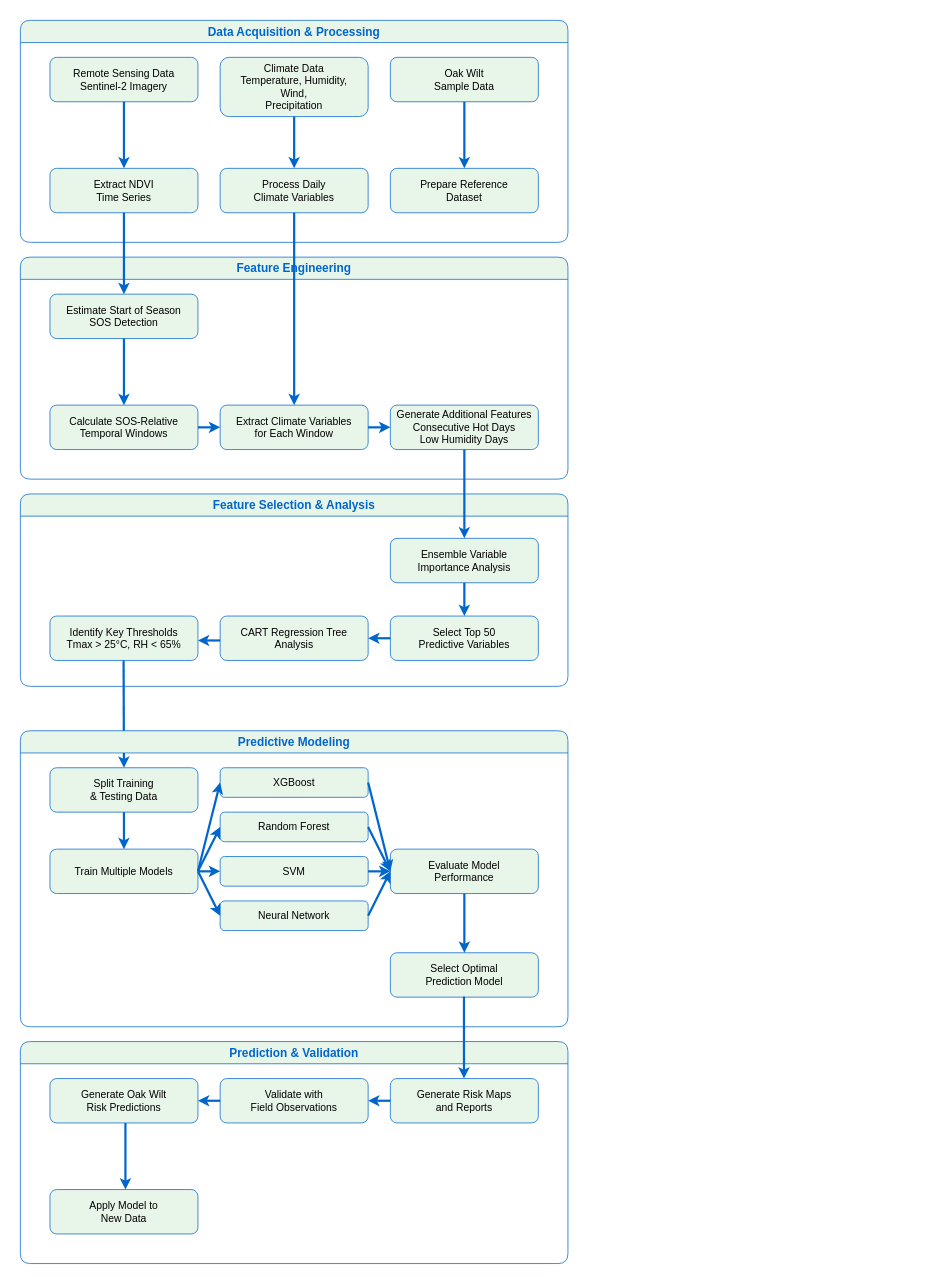
Earlier version of the draw.io diagram workflow.drawio (next-drought/forestai-platform-model). Source tidied: cells renumbered, new cells numbered last; positions are measured from the earlier drawing's top-left corner, leaving out a move shared by most shapes. Both pictures are drawn from the tidied source at 74%, with x=0, y=0 at pixel (20, 20).
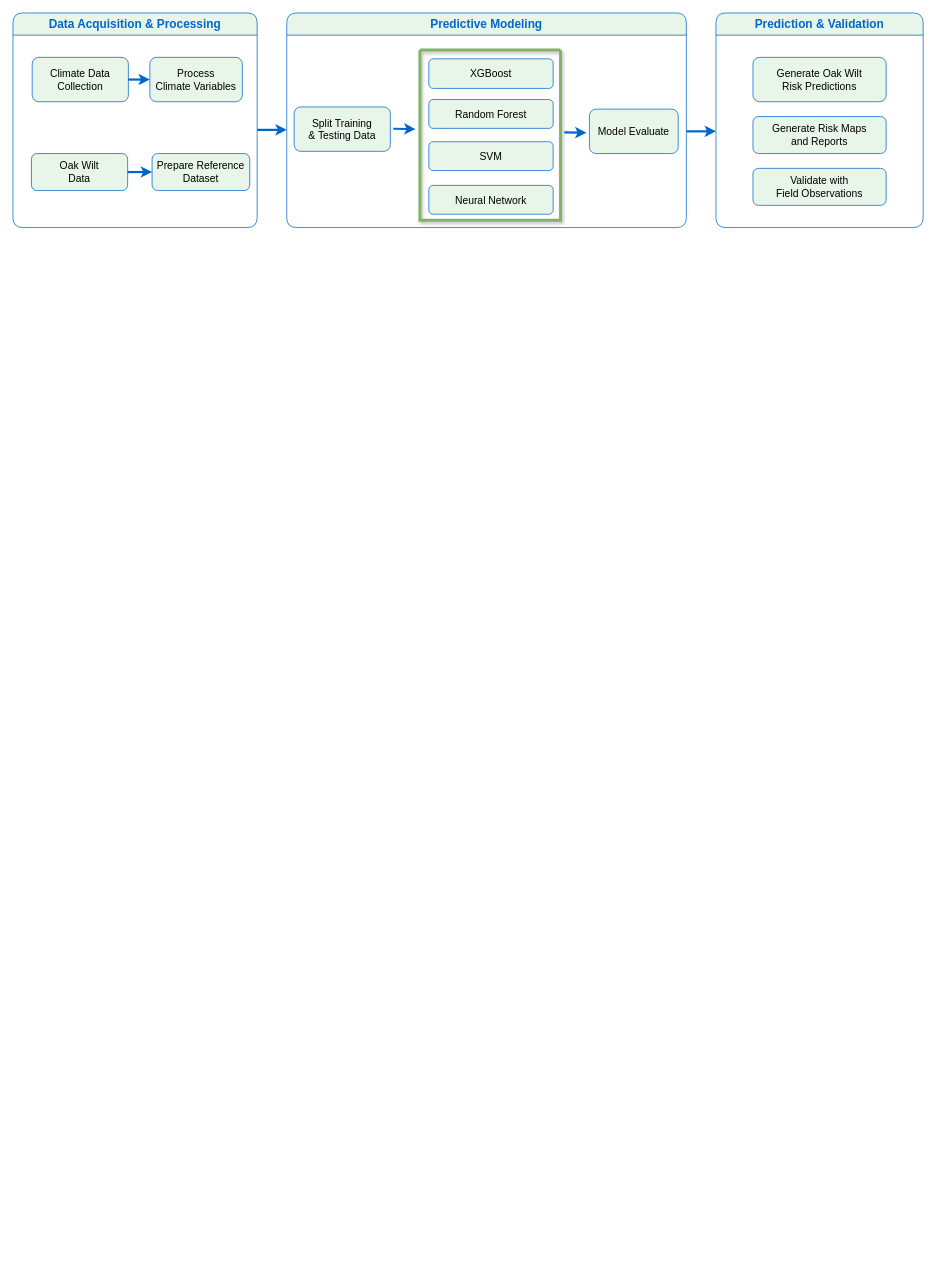
Above is the later version.

Commit message (it also covers changes not shown here):
refined workflow for poster

Change to the diagram source:
```diff
@@
     <mxCell id="2" value="Data Acquisition &amp; Processing" style="swimlane;whiteSpace=wrap;html=1;fillColor=#E8F5E9;strokeColor=#0066CC;fontColor=#0066CC;fontSize=16;startSize=30;rounded=1;" parent="1" vertex="1">
-      <mxGeometry width="740" height="300" as="geometry" />
+      <mxGeometry x="-10" y="-10" width="330" height="290" as="geometry" />
     </mxCell>
-    <mxCell id="3" value="Remote Sensing Data&#10;Sentinel-2 Imagery" style="rounded=1;whiteSpace=wrap;html=1;fillColor=#E8F5E9;strokeColor=#0066CC;fontColor=#000000;fontSize=14;" parent="2" vertex="1">
-      <mxGeometry x="40" y="50" width="200" height="60" as="geometry" />
-    </mxCell>
-    <mxCell id="4" value="Climate Data&#10;Temperature, Humidity,&#10;Wind,&#10;Precipitation" style="rounded=1;whiteSpace=wrap;html=1;fillColor=#E8F5E9;strokeColor=#0066CC;fontColor=#000000;fontSize=14;" parent="2" vertex="1">
-      <mxGeometry x="270" y="50" width="200" height="80" as="geometry" />
+    <mxCell id="4" value="Climate Data&lt;br&gt;Collection" style="rounded=1;whiteSpace=wrap;html=1;fillColor=#E8F5E9;strokeColor=#0066CC;fontColor=#000000;fontSize=14;" parent="2" vertex="1">
+      <mxGeometry x="26" y="60" width="130" height="60" as="geometry" />
     </mxCell>
-    <mxCell id="5" value="Oak Wilt&#10;Sample Data" style="rounded=1;whiteSpace=wrap;html=1;fillColor=#E8F5E9;strokeColor=#0066CC;fontColor=#000000;fontSize=14;" parent="2" vertex="1">
-      <mxGeometry x="500" y="50" width="200" height="60" as="geometry" />
+    <mxCell id="5" value="Oak Wilt&lt;br&gt;Data" style="rounded=1;whiteSpace=wrap;html=1;fillColor=#E8F5E9;strokeColor=#0066CC;fontColor=#000000;fontSize=14;" parent="2" vertex="1">
+      <mxGeometry x="25" y="190" width="130" height="50" as="geometry" />
     </mxCell>
-    <mxCell id="6" value="Extract NDVI&#10;Time Series" style="rounded=1;whiteSpace=wrap;html=1;fillColor=#E8F5E9;strokeColor=#0066CC;fontColor=#000000;fontSize=14;" parent="2" vertex="1">
-      <mxGeometry x="40" y="200" width="200" height="60" as="geometry" />
-    </mxCell>
-    <mxCell id="7" value="Process Daily&#10;Climate Variables" style="rounded=1;whiteSpace=wrap;html=1;fillColor=#E8F5E9;strokeColor=#0066CC;fontColor=#000000;fontSize=14;" parent="2" vertex="1">
-      <mxGeometry x="270" y="200" width="200" height="60" as="geometry" />
+    <mxCell id="7" value="Process&lt;br&gt;Climate Variables" style="rounded=1;whiteSpace=wrap;html=1;fillColor=#E8F5E9;strokeColor=#0066CC;fontColor=#000000;fontSize=14;" parent="2" vertex="1">
+      <mxGeometry x="185" y="60" width="125" height="60" as="geometry" />
     </mxCell>
+    <mxCell id="10" style="endArrow=classic;html=1;entryX=0;entryY=0.5;strokeColor=#0066CC;strokeWidth=3;entryDx=0;entryDy=0;exitX=1;exitY=0.5;exitDx=0;exitDy=0;rounded=1;" parent="2" edge="1" source="4" target="7">
+      <mxGeometry relative="1" as="geometry" />
+    </mxCell>
     <mxCell id="8" value="Prepare Reference&#10;Dataset" style="rounded=1;whiteSpace=wrap;html=1;fillColor=#E8F5E9;strokeColor=#0066CC;fontColor=#000000;fontSize=14;" parent="2" vertex="1">
-      <mxGeometry x="500" y="200" width="200" height="60" as="geometry" />
+      <mxGeometry x="188" y="190" width="132" height="50" as="geometry" />
     </mxCell>
-    <mxCell id="9" style="endArrow=classic;html=1;exitX=0.5;exitY=1;entryX=0.5;entryY=0;strokeColor=#0066CC;strokeWidth=3;" parent="2" edge="1" source="3" target="6">
-      <mxGeometry relative="1" as="geometry" />
-    </mxCell>
-    <mxCell id="10" style="endArrow=classic;html=1;exitX=0.5;exitY=1;entryX=0.5;entryY=0;strokeColor=#0066CC;strokeWidth=3;" parent="2" edge="1" source="4" target="7">
-      <mxGeometry relative="1" as="geometry" />
-    </mxCell>
-    <mxCell id="11" style="endArrow=classic;html=1;exitX=0.5;exitY=1;entryX=0.5;entryY=0;strokeColor=#0066CC;strokeWidth=3;" parent="2" edge="1" source="5" target="8">
+    <mxCell id="11" style="endArrow=classic;html=1;exitX=1;exitY=0.5;entryX=0;entryY=0.5;strokeColor=#0066CC;strokeWidth=3;exitDx=0;exitDy=0;entryDx=0;entryDy=0;rounded=1;" parent="2" edge="1" source="5" target="8">
       <mxGeometry relative="1" as="geometry" />
     </mxCell>
-    <mxCell id="12" value="Feature Engineering" style="swimlane;whiteSpace=wrap;html=1;fillColor=#E8F5E9;strokeColor=#0066CC;fontColor=#0066CC;fontSize=16;startSize=30;rounded=1;" parent="1" vertex="1">
-      <mxGeometry y="320" width="740" height="300" as="geometry" />
-    </mxCell>
-    <mxCell id="13" value="Estimate Start of Season&#10;SOS Detection" style="rounded=1;whiteSpace=wrap;html=1;fillColor=#E8F5E9;strokeColor=#0066CC;fontColor=#000000;fontSize=14;" parent="12" vertex="1">
-      <mxGeometry x="40" y="50" width="200" height="60" as="geometry" />
-    </mxCell>
-    <mxCell id="14" value="Calculate SOS-Relative&#10;Temporal Windows" style="rounded=1;whiteSpace=wrap;html=1;fillColor=#E8F5E9;strokeColor=#0066CC;fontColor=#000000;fontSize=14;" parent="12" vertex="1">
-      <mxGeometry x="40" y="200" width="200" height="60" as="geometry" />
-    </mxCell>
-    <mxCell id="15" value="Extract Climate Variables&#10;for Each Window" style="rounded=1;whiteSpace=wrap;html=1;fillColor=#E8F5E9;strokeColor=#0066CC;fontColor=#000000;fontSize=14;" parent="12" vertex="1">
-      <mxGeometry x="270" y="200" width="200" height="60" as="geometry" />
-    </mxCell>
-    <mxCell id="16" value="Generate Additional Features&#10;Consecutive Hot Days&#10;Low Humidity Days" style="rounded=1;whiteSpace=wrap;html=1;fillColor=#E8F5E9;strokeColor=#0066CC;fontColor=#000000;fontSize=14;" parent="12" vertex="1">
-      <mxGeometry x="500" y="200" width="200" height="60" as="geometry" />
-    </mxCell>
-    <mxCell id="17" style="endArrow=classic;html=1;exitX=0.5;exitY=1;entryX=0.5;entryY=0;strokeColor=#0066CC;strokeWidth=3;" parent="12" edge="1" source="13" target="14">
-      <mxGeometry relative="1" as="geometry" />
-    </mxCell>
-    <mxCell id="18" style="endArrow=classic;html=1;exitX=1;exitY=0.5;entryX=0;entryY=0.5;strokeColor=#0066CC;strokeWidth=3;" parent="12" edge="1" source="14" target="15">
-      <mxGeometry relative="1" as="geometry" />
-    </mxCell>
-    <mxCell id="19" style="endArrow=classic;html=1;exitX=1;exitY=0.5;entryX=0;entryY=0.5;strokeColor=#0066CC;strokeWidth=3;" parent="12" edge="1" source="15" target="16">
-      <mxGeometry relative="1" as="geometry" />
-    </mxCell>
-    <mxCell id="20" style="endArrow=classic;html=1;exitX=0.5;exitY=1;entryX=0.5;entryY=0;strokeColor=#0066CC;strokeWidth=3;" parent="1" edge="1" source="6" target="13">
-      <mxGeometry relative="1" as="geometry" />
-    </mxCell>
-    <mxCell id="21" style="endArrow=classic;html=1;exitX=0.5;exitY=1;entryX=0.5;entryY=0;strokeColor=#0066CC;strokeWidth=3;" parent="1" edge="1" source="7" target="15">
-      <mxGeometry relative="1" as="geometry" />
+    <mxCell id="21" style="endArrow=classic;html=1;strokeColor=#0066CC;strokeWidth=3;exitX=1;exitY=0.5;exitDx=0;exitDy=0;rounded=1;" parent="1" edge="1">
+      <mxGeometry relative="1" as="geometry">
+        <mxPoint x="320" y="148" as="sourcePoint" />
+        <mxPoint x="360" y="148" as="targetPoint" />
+      </mxGeometry>
     </mxCell>
-    <mxCell id="22" value="Feature Selection &amp; Analysis" style="swimlane;whiteSpace=wrap;html=1;fillColor=#E8F5E9;strokeColor=#0066CC;fontColor=#0066CC;fontSize=16;startSize=30;rounded=1;" parent="1" vertex="1">
-      <mxGeometry y="640" width="740" height="260" as="geometry" />
-    </mxCell>
-    <mxCell id="23" value="Ensemble Variable&#10;Importance Analysis" style="rounded=1;whiteSpace=wrap;html=1;fillColor=#E8F5E9;strokeColor=#0066CC;fontColor=#000000;fontSize=14;" parent="22" vertex="1">
-      <mxGeometry x="500" y="60" width="200" height="60" as="geometry" />
-    </mxCell>
-    <mxCell id="24" value="&lt;span style=&quot;color: rgb(0, 0, 0);&quot;&gt;Identify Key Thresholds&lt;/span&gt;&lt;br style=&quot;scrollbar-color: light-dark(#e2e2e2, #4b4b4b)&lt;br/&gt;&#9;&#9;&#9;&#9;&#9;light-dark(#fbfbfb, var(--dark-panel-color));&quot;&gt;&lt;span style=&quot;color: rgb(0, 0, 0);&quot;&gt;Tmax &amp;gt; 25°C, RH &amp;lt; 65%&lt;/span&gt;" style="rounded=1;whiteSpace=wrap;html=1;fillColor=#E8F5E9;strokeColor=#0066CC;fontColor=#000000;fontSize=14;" parent="22" vertex="1">
-      <mxGeometry x="40" y="165" width="200" height="60" as="geometry" />
-    </mxCell>
-    <mxCell id="25" value="CART Regression Tree&#10;Analysis" style="rounded=1;whiteSpace=wrap;html=1;fillColor=#E8F5E9;strokeColor=#0066CC;fontColor=#000000;fontSize=14;" parent="22" vertex="1">
-      <mxGeometry x="270" y="165" width="200" height="60" as="geometry" />
-    </mxCell>
-    <mxCell id="26" value="&lt;span style=&quot;color: rgb(0, 0, 0);&quot;&gt;Select Top 50&lt;/span&gt;&lt;br style=&quot;scrollbar-color: light-dark(#e2e2e2, #4b4b4b)&lt;br/&gt;&#9;&#9;&#9;&#9;&#9;light-dark(#fbfbfb, var(--dark-panel-color));&quot;&gt;&lt;span style=&quot;color: rgb(0, 0, 0);&quot;&gt;Predictive Variables&lt;/span&gt;" style="rounded=1;whiteSpace=wrap;html=1;fillColor=#E8F5E9;strokeColor=#0066CC;fontColor=#000000;fontSize=14;" parent="22" vertex="1">
-      <mxGeometry x="500" y="165" width="200" height="60" as="geometry" />
-    </mxCell>
-    <mxCell id="27" style="endArrow=classic;html=1;exitX=0.5;exitY=1;entryX=0.5;entryY=0;strokeColor=#0066CC;strokeWidth=3;entryDx=0;entryDy=0;" parent="22" edge="1" source="23" target="26">
-      <mxGeometry relative="1" as="geometry" />
-    </mxCell>
-    <mxCell id="28" style="endArrow=classic;html=1;entryX=0;entryY=0.5;strokeColor=#0066CC;strokeWidth=3;" parent="22" edge="1">
-      <mxGeometry relative="1" as="geometry">
-        <mxPoint x="270" y="198" as="sourcePoint" />
-        <mxPoint x="240" y="198" as="targetPoint" />
-      </mxGeometry>
-    </mxCell>
-    <mxCell id="29" style="endArrow=classic;html=1;entryX=1;entryY=0.5;strokeColor=#0066CC;strokeWidth=3;exitX=0;exitY=0.5;exitDx=0;exitDy=0;entryDx=0;entryDy=0;" parent="22" edge="1" source="26" target="25">
-      <mxGeometry relative="1" as="geometry" />
-    </mxCell>
-    <mxCell id="30" style="endArrow=classic;html=1;exitX=0.573;exitY=0.994;strokeColor=#0066CC;strokeWidth=3;exitDx=0;exitDy=0;exitPerimeter=0;entryX=0.5;entryY=0;entryDx=0;entryDy=0;" parent="22" edge="1" target="33">
-      <mxGeometry relative="1" as="geometry">
-        <mxPoint x="139.5" y="225" as="sourcePoint" />
-      </mxGeometry>
-    </mxCell>
-    <mxCell id="31" style="endArrow=classic;html=1;exitX=0.5;exitY=1;entryX=0.5;entryY=0;strokeColor=#0066CC;strokeWidth=3;" parent="1" edge="1" source="16" target="23">
-      <mxGeometry relative="1" as="geometry" />
-    </mxCell>
     <mxCell id="32" value="Predictive Modeling" style="swimlane;whiteSpace=wrap;html=1;fillColor=#E8F5E9;strokeColor=#0066CC;fontColor=#0066CC;fontSize=16;startSize=30;rounded=1;" parent="1" vertex="1">
-      <mxGeometry y="960" width="740" height="400" as="geometry" />
+      <mxGeometry x="360" y="-10" width="540" height="290" as="geometry" />
     </mxCell>
+    <mxCell id="60" style="swimlane;startSize=0;fillColor=#99FF99;strokeColor=#82b366;rounded=1;shadow=1;fontSize=13;strokeWidth=4;" parent="32" vertex="1">
+      <mxGeometry x="180" y="50" width="190" height="230" as="geometry" />
+    </mxCell>
+    <mxCell id="58" style="endArrow=classic;html=1;strokeColor=#0066CC;strokeWidth=3;rounded=1;" parent="60" edge="1">
+      <mxGeometry relative="1" as="geometry">
+        <mxPoint x="-36" y="106.5" as="sourcePoint" />
+        <mxPoint x="-6" y="107" as="targetPoint" />
+      </mxGeometry>
+    </mxCell>
     <mxCell id="33" value="Split Training&#10;&amp; Testing Data" style="rounded=1;whiteSpace=wrap;html=1;fillColor=#E8F5E9;strokeColor=#0066CC;fontColor=#000000;fontSize=14;" parent="32" vertex="1">
-      <mxGeometry x="40" y="50" width="200" height="60" as="geometry" />
+      <mxGeometry x="10" y="127" width="130" height="60" as="geometry" />
     </mxCell>
-    <mxCell id="34" value="Train Multiple Models" style="rounded=1;whiteSpace=wrap;html=1;fillColor=#E8F5E9;strokeColor=#0066CC;fontColor=#000000;fontSize=14;" parent="32" vertex="1">
-      <mxGeometry x="40" y="160" width="200" height="60" as="geometry" />
-    </mxCell>
     <mxCell id="35" value="XGBoost" style="rounded=1;whiteSpace=wrap;html=1;fillColor=#E8F5E9;strokeColor=#0066CC;fontColor=#000000;fontSize=14;" parent="32" vertex="1">
-      <mxGeometry x="270" y="50" width="200" height="40" as="geometry" />
+      <mxGeometry x="192" y="62" width="168" height="40" as="geometry" />
     </mxCell>
     <mxCell id="36" value="Random Forest" style="rounded=1;whiteSpace=wrap;html=1;fillColor=#E8F5E9;strokeColor=#0066CC;fontColor=#000000;fontSize=14;" parent="32" vertex="1">
-      <mxGeometry x="270" y="110" width="200" height="40" as="geometry" />
+      <mxGeometry x="192" y="117" width="168" height="39" as="geometry" />
     </mxCell>
     <mxCell id="37" value="SVM" style="rounded=1;whiteSpace=wrap;html=1;fillColor=#E8F5E9;strokeColor=#0066CC;fontColor=#000000;fontSize=14;" parent="32" vertex="1">
-      <mxGeometry x="270" y="170" width="200" height="40" as="geometry" />
+      <mxGeometry x="192" y="174" width="168" height="39" as="geometry" />
     </mxCell>
     <mxCell id="38" value="Neural Network" style="rounded=1;whiteSpace=wrap;html=1;fillColor=#E8F5E9;strokeColor=#0066CC;fontColor=#000000;fontSize=14;" parent="32" vertex="1">
-      <mxGeometry x="270" y="230" width="200" height="40" as="geometry" />
+      <mxGeometry x="192" y="233" width="168" height="39" as="geometry" />
     </mxCell>
-    <mxCell id="39" value="Evaluate Model&#10;Performance" style="rounded=1;whiteSpace=wrap;html=1;fillColor=#E8F5E9;strokeColor=#0066CC;fontColor=#000000;fontSize=14;" parent="32" vertex="1">
-      <mxGeometry x="500" y="160" width="200" height="60" as="geometry" />
+    <mxCell id="39" value="Model Evaluate" style="rounded=1;whiteSpace=wrap;html=1;fillColor=#E8F5E9;strokeColor=#0066CC;fontColor=#000000;fontSize=14;" parent="32" vertex="1">
+      <mxGeometry x="409" y="130" width="120" height="60" as="geometry" />
     </mxCell>
-    <mxCell id="40" value="Select Optimal&#10;Prediction Model" style="rounded=1;whiteSpace=wrap;html=1;fillColor=#E8F5E9;strokeColor=#0066CC;fontColor=#000000;fontSize=14;" parent="32" vertex="1">
-      <mxGeometry x="500" y="300" width="200" height="60" as="geometry" />
-    </mxCell>
-    <mxCell id="41" style="endArrow=classic;html=1;exitX=0.5;exitY=1;entryX=0.5;entryY=0;strokeColor=#0066CC;strokeWidth=3;" parent="32" edge="1" source="33" target="34">
-      <mxGeometry relative="1" as="geometry" />
-    </mxCell>
-    <mxCell id="42" style="endArrow=classic;html=1;exitX=1;exitY=0.5;entryX=0;entryY=0.5;strokeColor=#0066CC;strokeWidth=3;" parent="32" edge="1" source="34" target="35">
-      <mxGeometry relative="1" as="geometry" />
-    </mxCell>
-    <mxCell id="43" style="endArrow=classic;html=1;exitX=1;exitY=0.5;entryX=0;entryY=0.5;strokeColor=#0066CC;strokeWidth=3;" parent="32" edge="1" source="34" target="36">
-      <mxGeometry relative="1" as="geometry" />
-    </mxCell>
-    <mxCell id="44" style="endArrow=classic;html=1;exitX=1;exitY=0.5;entryX=0;entryY=0.5;strokeColor=#0066CC;strokeWidth=3;" parent="32" edge="1" source="34" target="37">
-      <mxGeometry relative="1" as="geometry" />
-    </mxCell>
-    <mxCell id="45" style="endArrow=classic;html=1;exitX=1;exitY=0.5;entryX=0;entryY=0.5;strokeColor=#0066CC;strokeWidth=3;" parent="32" edge="1" source="35" target="39">
-      <mxGeometry relative="1" as="geometry" />
-    </mxCell>
-    <mxCell id="46" style="endArrow=classic;html=1;exitX=1;exitY=0.5;entryX=0;entryY=0.5;strokeColor=#0066CC;strokeWidth=3;" parent="32" edge="1" source="36" target="39">
-      <mxGeometry relative="1" as="geometry" />
-    </mxCell>
-    <mxCell id="47" style="endArrow=classic;html=1;exitX=1;exitY=0.5;entryX=0;entryY=0.5;strokeColor=#0066CC;strokeWidth=3;" parent="32" edge="1" source="37" target="39">
-      <mxGeometry relative="1" as="geometry" />
-    </mxCell>
-    <mxCell id="48" style="endArrow=classic;html=1;exitX=1;exitY=0.5;entryX=0;entryY=0.5;strokeColor=#0066CC;strokeWidth=3;" parent="32" edge="1" source="38" target="39">
-      <mxGeometry relative="1" as="geometry" />
-    </mxCell>
-    <mxCell id="49" style="endArrow=classic;html=1;exitX=0.5;exitY=1;entryX=0.5;entryY=0;strokeColor=#0066CC;strokeWidth=3;" parent="32" edge="1" source="39" target="40">
-      <mxGeometry relative="1" as="geometry" />
-    </mxCell>
-    <mxCell id="50" style="endArrow=classic;html=1;exitX=1;exitY=0.5;strokeColor=#0066CC;strokeWidth=3;exitDx=0;exitDy=0;entryX=0;entryY=0.5;entryDx=0;entryDy=0;" parent="32" edge="1" source="34" target="38">
-      <mxGeometry relative="1" as="geometry" />
-    </mxCell>
     <mxCell id="51" value="Prediction &amp; Validation" style="swimlane;whiteSpace=wrap;html=1;fillColor=#E8F5E9;strokeColor=#0066CC;fontColor=#0066CC;fontSize=16;startSize=30;rounded=1;" parent="1" vertex="1">
-      <mxGeometry y="1380" width="740" height="300" as="geometry" />
+      <mxGeometry x="940" y="-10" width="280" height="290" as="geometry" />
     </mxCell>
-    <mxCell id="52" value="Generate Oak Wilt&lt;br&gt;Risk Predictions" style="rounded=1;whiteSpace=wrap;html=1;fillColor=#E8F5E9;strokeColor=#0066CC;fontColor=#000000;fontSize=14;" parent="51" vertex="1">
-      <mxGeometry x="40" y="50" width="200" height="60" as="geometry" />
-    </mxCell>
-    <mxCell id="53" value="Validate with&lt;br&gt;Field Observations" style="rounded=1;whiteSpace=wrap;html=1;fillColor=#E8F5E9;strokeColor=#0066CC;fontColor=#000000;fontSize=14;" parent="51" vertex="1">
-      <mxGeometry x="270" y="50" width="200" height="60" as="geometry" />
+    <mxCell id="53" value="Generate Oak Wilt&#10;Risk Predictions" style="rounded=1;whiteSpace=wrap;html=1;fillColor=#E8F5E9;strokeColor=#0066CC;fontColor=#000000;fontSize=14;" parent="51" vertex="1">
+      <mxGeometry x="50" y="60" width="180" height="60" as="geometry" />
     </mxCell>
-    <mxCell id="54" value="Generate Risk Maps&lt;br&gt;and Reports" style="rounded=1;whiteSpace=wrap;html=1;fillColor=#E8F5E9;strokeColor=#0066CC;fontColor=#000000;fontSize=14;" parent="51" vertex="1">
-      <mxGeometry x="500" y="50" width="200" height="60" as="geometry" />
+    <mxCell id="54" value="Validate with&#10;Field Observations" style="rounded=1;whiteSpace=wrap;html=1;fillColor=#E8F5E9;strokeColor=#0066CC;fontColor=#000000;fontSize=14;" parent="51" vertex="1">
+      <mxGeometry x="50" y="210" width="180" height="50" as="geometry" />
     </mxCell>
-    <mxCell id="55" style="endArrow=classic;html=1;exitX=0;exitY=0.5;entryX=1;entryY=0.5;strokeColor=#0066CC;strokeWidth=3;exitDx=0;exitDy=0;entryDx=0;entryDy=0;" parent="51" edge="1" source="53" target="52">
-      <mxGeometry relative="1" as="geometry" />
-    </mxCell>
-    <mxCell id="56" style="endArrow=classic;html=1;exitX=0;exitY=0.5;entryX=1;entryY=0.5;strokeColor=#0066CC;strokeWidth=3;entryDx=0;entryDy=0;exitDx=0;exitDy=0;" parent="51" edge="1" source="54" target="53">
-      <mxGeometry relative="1" as="geometry" />
-    </mxCell>
-    <mxCell id="57" style="endArrow=classic;html=1;exitX=0.5;exitY=1;entryX=0.5;entryY=0;strokeColor=#0066CC;strokeWidth=3;" parent="51" edge="1">
-      <mxGeometry relative="1" as="geometry">
-        <mxPoint x="142" y="110" as="sourcePoint" />
-        <mxPoint x="142" y="200" as="targetPoint" />
-      </mxGeometry>
-    </mxCell>
-    <mxCell id="58" style="endArrow=classic;html=1;exitX=0.573;exitY=0.994;strokeColor=#0066CC;strokeWidth=3;exitDx=0;exitDy=0;exitPerimeter=0;entryX=0.573;entryY=0.006;entryDx=0;entryDy=0;entryPerimeter=0;" parent="51" edge="1">
-      <mxGeometry relative="1" as="geometry">
-        <mxPoint x="599.5" y="-60.7" as="sourcePoint" />
-        <mxPoint x="599.5" y="50" as="targetPoint" />
-      </mxGeometry>
-    </mxCell>
-    <mxCell id="59" value="&lt;span style=&quot;color: rgb(0, 0, 0);&quot;&gt;Apply Model to&lt;/span&gt;&lt;br style=&quot;scrollbar-color: light-dark(#e2e2e2, #4b4b4b)&lt;br/&gt;&#9;&#9;&#9;&#9;&#9;light-dark(#fbfbfb, var(--dark-panel-color));&quot;&gt;&lt;span style=&quot;color: rgb(0, 0, 0);&quot;&gt;New Data&lt;/span&gt;" style="rounded=1;whiteSpace=wrap;html=1;fillColor=#E8F5E9;strokeColor=#0066CC;fontColor=#000000;fontSize=14;" parent="51" vertex="1">
-      <mxGeometry x="40" y="200" width="200" height="60" as="geometry" />
-    </mxCell>
+    <mxCell id="61" value="Generate Risk Maps&#10;and Reports" style="rounded=1;whiteSpace=wrap;html=1;fillColor=#E8F5E9;strokeColor=#0066CC;fontColor=#000000;fontSize=14;" parent="51" vertex="1">
+      <mxGeometry x="50" y="140" width="180" height="50" as="geometry" />
+    </mxCell>
+    <mxCell id="62" style="endArrow=classic;html=1;strokeColor=#0066CC;strokeWidth=3;rounded=1;" parent="1" edge="1">
+      <mxGeometry relative="1" as="geometry">
+        <mxPoint x="900" y="150" as="sourcePoint" />
+        <mxPoint x="940" y="150" as="targetPoint" />
+      </mxGeometry>
+    </mxCell>
+    <mxCell id="63" style="endArrow=classic;html=1;strokeColor=#0066CC;strokeWidth=3;rounded=1;" parent="1" edge="1">
+      <mxGeometry relative="1" as="geometry">
+        <mxPoint x="735" y="151.5" as="sourcePoint" />
+        <mxPoint x="765" y="152" as="targetPoint" />
+      </mxGeometry>
+    </mxCell>
```
